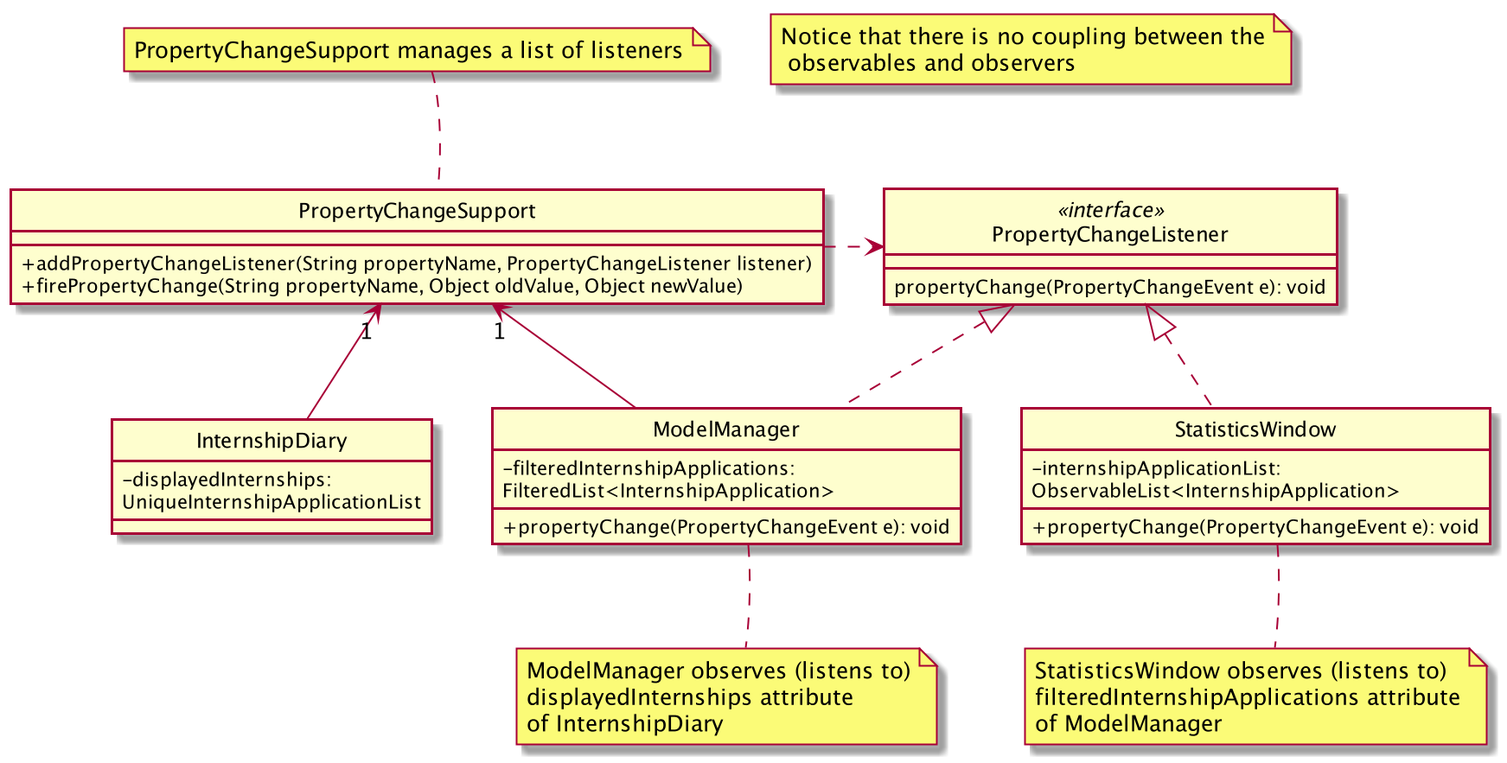
This is images/InternshipDiaryAndModelManagerPropertyChangeClassDiagram.png from AY1920S2-CS2103T-F10-2/main, a PlantUML export, as it was before one commit.
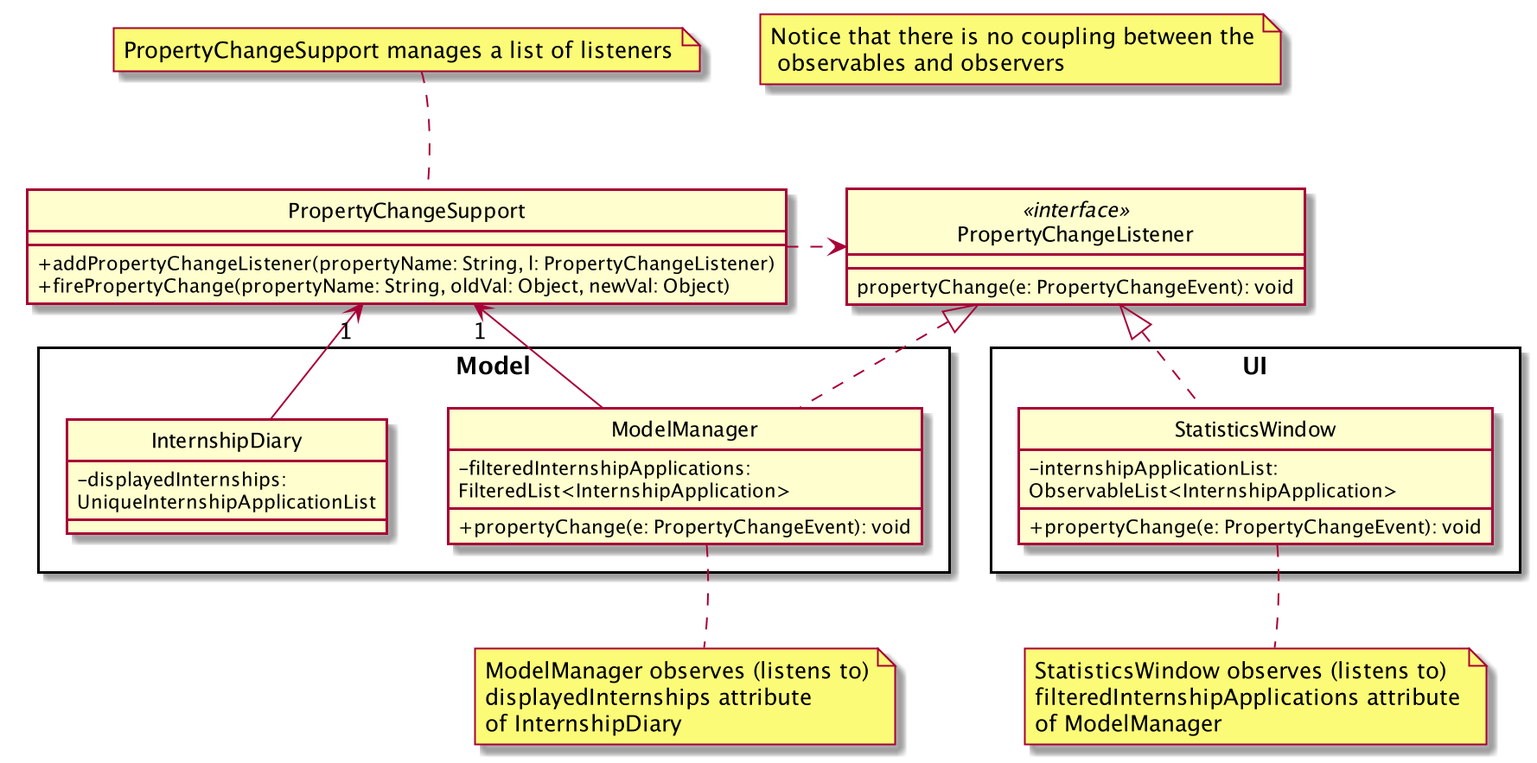
The same file after the commit.

Diff of the diagram source:
```diff
@@ -3,6 +3,14 @@
 hide circle
 skinparam classAttributeIconSize 0
 
+package Model <<Rectangle>> {
+    class InternshipDiary
+    class ModelManager
+}
+
+package UI <<Rectangle>> {
+    class StatisticsWindow
+}
 
 note "PropertyChangeSupport manages a list of listeners" as manageListeners
 PropertyChangeSupport .up[hidden]. manageListeners
@@ -25,21 +33,21 @@
 
 Class ModelManager implements PropertyChangeListener {
      - filteredInternshipApplications: \nFilteredList<InternshipApplication>
-    + propertyChange(PropertyChangeEvent e): void
+    + propertyChange(e: PropertyChangeEvent): void
 }
 
 Class StatisticsWindow implements PropertyChangeListener {
     - internshipApplicationList: \nObservableList<InternshipApplication>
-    + propertyChange(PropertyChangeEvent e): void
+    + propertyChange(e: PropertyChangeEvent): void
 }
 
 class PropertyChangeListener <<interface>> {
-    propertyChange(PropertyChangeEvent e): void
+    propertyChange(e: PropertyChangeEvent): void
 }
 
 class PropertyChangeSupport {
-    + addPropertyChangeListener(String propertyName, PropertyChangeListener listener)
-    + firePropertyChange(String propertyName, Object oldValue, Object newValue)
+    + addPropertyChangeListener(propertyName: String, l: PropertyChangeListener)
+    + firePropertyChange(propertyName: String, oldVal: Object, newVal: Object)
 }
 
 InternshipDiary -up-> "1" PropertyChangeSupport
```
